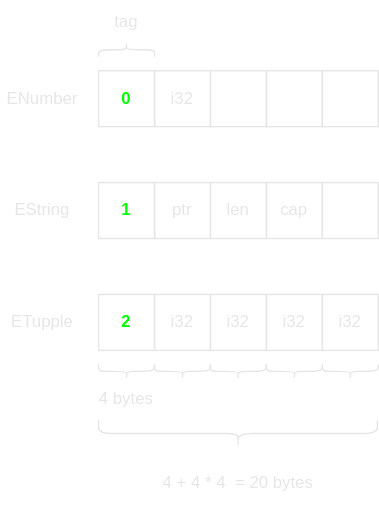
Before: docs/rust/enums/images/tagged_union.drawio.svg, a diagram exported from draw.io (htgithub194/self-study). Source tidied: cells renumbered, new cells last; positions are measured from the earlier drawing's top-left corner, leaving out a move shared by most shapes.
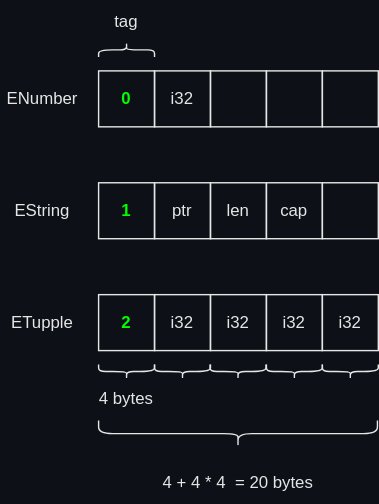
After the change.

What changed in the source:
```diff
@@ -1,4 +1,4 @@
-<mxGraphModel>
+<mxGraphModel background="#0D1117">
   <root>
     <mxCell id="0" />
     <mxCell id="1" parent="0" />
```
